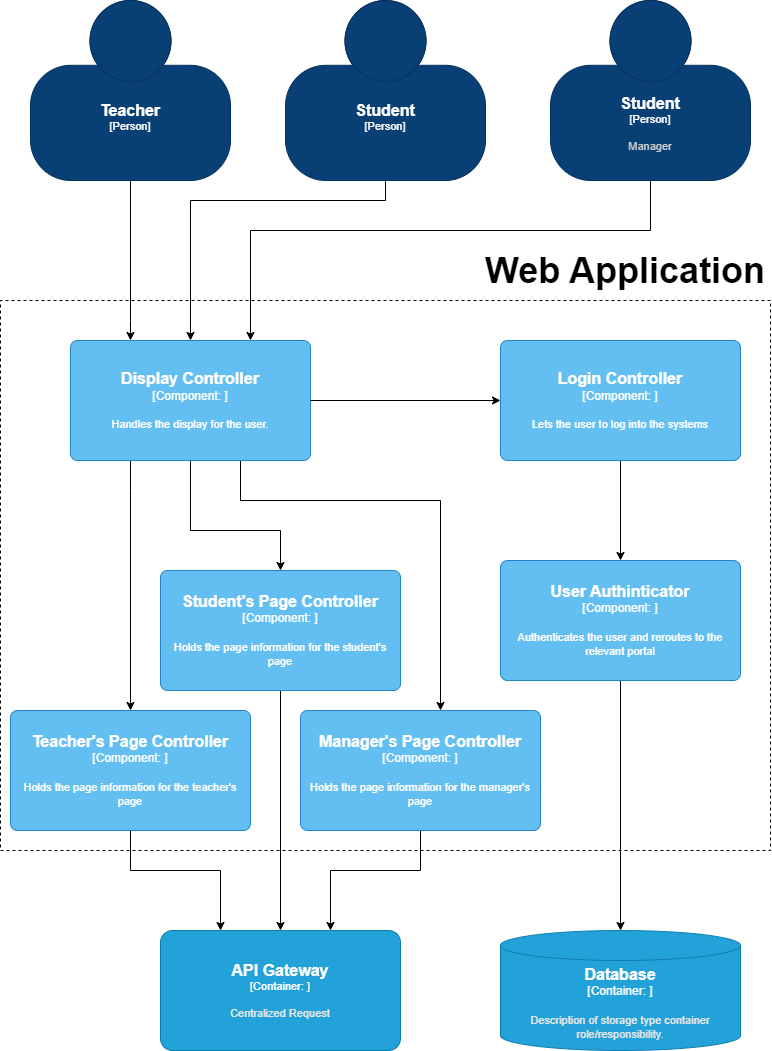
This is C4 Model/L3 Diagram - Web Application.png from Metalystn/Exam-repository, a draw.io export, as it was before one commit. Source tidied: cells renumbered, new cells last; positions are measured from the earlier drawing's top-left corner, leaving out a move shared by most shapes.
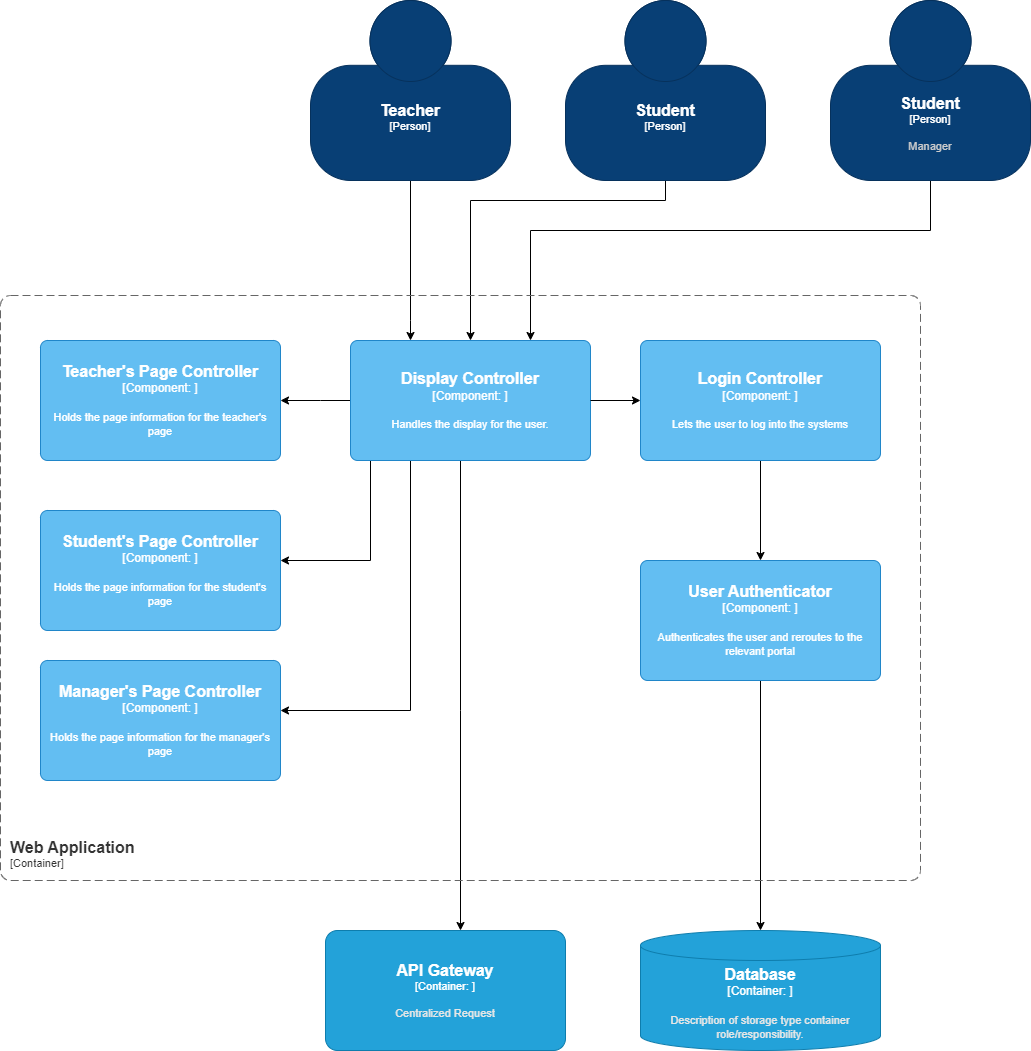
After the commit.

The edit, as a diff of the source:
```diff
@@ -2,20 +2,6 @@
   <root>
     <mxCell id="0" />
     <mxCell id="1" parent="0" />
-    <mxCell id="2" style="endArrow=none;dashed=1;html=1;rounded=0;" parent="1" edge="1">
-      <mxGeometry relative="1" as="geometry">
-        <mxPoint x="770" y="300" as="sourcePoint" />
-        <mxPoint x="770" y="300" as="targetPoint" />
-        <Array as="points">
-          <mxPoint y="300" />
-          <mxPoint y="850" />
-          <mxPoint x="770" y="850" />
-        </Array>
-      </mxGeometry>
-    </mxCell>
-    <mxCell id="3" value="&lt;font style=&quot;font-size: 36px;&quot;&gt;&lt;b&gt;Web Application&lt;/b&gt;&lt;/font&gt;" style="text;html=1;align=center;verticalAlign=middle;whiteSpace=wrap;rounded=0;" parent="1" vertex="1">
-      <mxGeometry x="480" y="250" width="290" height="40" as="geometry" />
-    </mxCell>
     <mxCell id="4" style="edgeStyle=orthogonalEdgeStyle;rounded=0;jettySize=auto;html=1;" parent="1" edge="1" source="5" target="14">
       <mxGeometry relative="1" as="geometry">
         <Array as="points">
@@ -61,27 +47,33 @@
     <mxCell id="11" style="edgeStyle=orthogonalEdgeStyle;rounded=0;jettySize=auto;html=1;" parent="1" edge="1" source="14" target="22">
       <mxGeometry relative="1" as="geometry">
         <Array as="points">
-          <mxPoint x="130" y="490" />
-          <mxPoint x="130" y="490" />
+          <mxPoint x="40" y="400" />
+          <mxPoint x="40" y="400" />
         </Array>
       </mxGeometry>
     </mxCell>
     <mxCell id="12" style="edgeStyle=orthogonalEdgeStyle;rounded=0;jettySize=auto;html=1;" parent="1" edge="1" source="14" target="18">
       <mxGeometry relative="1" as="geometry">
         <Array as="points">
-          <mxPoint x="190" y="530" />
-          <mxPoint x="280" y="530" />
+          <mxPoint x="90" y="560" />
         </Array>
       </mxGeometry>
     </mxCell>
     <mxCell id="13" style="edgeStyle=orthogonalEdgeStyle;rounded=0;jettySize=auto;html=1;" parent="1" edge="1" source="14" target="20">
       <mxGeometry relative="1" as="geometry">
         <Array as="points">
-          <mxPoint x="240" y="500" />
-          <mxPoint x="440" y="500" />
+          <mxPoint x="130" y="710" />
         </Array>
       </mxGeometry>
     </mxCell>
+    <mxCell id="27" style="edgeStyle=orthogonalEdgeStyle;rounded=0;jettySize=auto;html=1;" parent="1" edge="1" source="14" target="23">
+      <mxGeometry relative="1" as="geometry">
+        <Array as="points">
+          <mxPoint x="180" y="710" />
+          <mxPoint x="180" y="710" />
+        </Array>
+      </mxGeometry>
+    </mxCell>
     <object id="14" label="&lt;font style=&quot;font-size: 16px&quot;&gt;&lt;b&gt;%c4Name%&lt;/b&gt;&lt;/font&gt;&lt;div&gt;[%c4Type%: %c4Technology%]&lt;/div&gt;&lt;br&gt;&lt;div&gt;&lt;font style=&quot;font-size: 11px&quot;&gt;%c4Description%&lt;/font&gt;&lt;/div&gt;" c4Description="Handles the display for the user." c4Name="Display Controller" c4Technology="" c4Type="Component" placeholders="1">
       <mxCell style="rounded=1;whiteSpace=wrap;html=1;labelBackgroundColor=none;fillColor=#63BEF2;fontColor=#ffffff;align=center;arcSize=6;strokeColor=#2086C9;points=[[0.25,0,0],[0.5,0,0],[0.75,0,0],[1,0.25,0],[1,0.5,0],[1,0.75,0],[0.75,1,0],[0.5,1,0],[0.25,1,0],[0,0.75,0],[0,0.5,0],[0,0.25,0]];" parent="1" vertex="1">
         <mxGeometry x="70" y="340" width="240" height="120" as="geometry" />
@@ -90,48 +82,29 @@
     <mxCell id="15" style="edgeStyle=orthogonalEdgeStyle;rounded=0;jettySize=auto;html=1;" parent="1" edge="1" source="16" target="26">
       <mxGeometry relative="1" as="geometry" />
     </mxCell>
-    <object id="16" label="&lt;font style=&quot;font-size: 16px&quot;&gt;&lt;b&gt;%c4Name%&lt;/b&gt;&lt;/font&gt;&lt;div&gt;[%c4Type%: %c4Technology%]&lt;/div&gt;&lt;br&gt;&lt;div&gt;&lt;font style=&quot;font-size: 11px&quot;&gt;%c4Description%&lt;/font&gt;&lt;/div&gt;" c4Description="Authenticates the user and reroutes to the relevant portal" c4Name="User Authinticator" c4Technology="" c4Type="Component" placeholders="1">
+    <object id="16" label="&lt;font style=&quot;font-size: 16px&quot;&gt;&lt;b&gt;%c4Name%&lt;/b&gt;&lt;/font&gt;&lt;div&gt;[%c4Type%: %c4Technology%]&lt;/div&gt;&lt;br&gt;&lt;div&gt;&lt;font style=&quot;font-size: 11px&quot;&gt;%c4Description%&lt;/font&gt;&lt;/div&gt;" c4Description="Authenticates the user and reroutes to the relevant portal" c4Name="User Authenticator" c4Technology="" c4Type="Component" placeholders="1">
       <mxCell style="rounded=1;whiteSpace=wrap;html=1;labelBackgroundColor=none;fillColor=#63BEF2;fontColor=#ffffff;align=center;arcSize=6;strokeColor=#2086C9;points=[[0.25,0,0],[0.5,0,0],[0.75,0,0],[1,0.25,0],[1,0.5,0],[1,0.75,0],[0.75,1,0],[0.5,1,0],[0.25,1,0],[0,0.75,0],[0,0.5,0],[0,0.25,0]];" parent="1" vertex="1">
-        <mxGeometry x="500" y="560" width="240" height="120" as="geometry" />
+        <mxGeometry x="360" y="560" width="240" height="120" as="geometry" />
       </mxCell>
     </object>
-    <mxCell id="17" style="edgeStyle=orthogonalEdgeStyle;rounded=0;jettySize=auto;html=1;" parent="1" edge="1" source="18" target="23">
-      <mxGeometry relative="1" as="geometry" />
-    </mxCell>
     <object id="18" label="&lt;font style=&quot;font-size: 16px&quot;&gt;&lt;b&gt;%c4Name%&lt;/b&gt;&lt;/font&gt;&lt;div&gt;[%c4Type%: %c4Technology%]&lt;/div&gt;&lt;br&gt;&lt;div&gt;&lt;font style=&quot;font-size: 11px&quot;&gt;%c4Description%&lt;/font&gt;&lt;/div&gt;" c4Description="Holds the page information for the student's page" c4Name="Student's Page Controller" c4Technology="" c4Type="Component" placeholders="1">
       <mxCell style="rounded=1;whiteSpace=wrap;html=1;labelBackgroundColor=none;fillColor=#63BEF2;fontColor=#ffffff;align=center;arcSize=6;strokeColor=#2086C9;points=[[0.25,0,0],[0.5,0,0],[0.75,0,0],[1,0.25,0],[1,0.5,0],[1,0.75,0],[0.75,1,0],[0.5,1,0],[0.25,1,0],[0,0.75,0],[0,0.5,0],[0,0.25,0]];" parent="1" vertex="1">
-        <mxGeometry x="160" y="570" width="240" height="120" as="geometry" />
+        <mxGeometry x="-240" y="510" width="240" height="120" as="geometry" />
       </mxCell>
     </object>
-    <mxCell id="19" style="edgeStyle=orthogonalEdgeStyle;rounded=0;jettySize=auto;html=1;" parent="1" edge="1" source="20" target="23">
-      <mxGeometry relative="1" as="geometry">
-        <Array as="points">
-          <mxPoint x="420" y="870" />
-          <mxPoint x="330" y="870" />
-        </Array>
-      </mxGeometry>
-    </mxCell>
     <object id="20" label="&lt;font style=&quot;font-size: 16px&quot;&gt;&lt;b&gt;%c4Name%&lt;/b&gt;&lt;/font&gt;&lt;div&gt;[%c4Type%: %c4Technology%]&lt;/div&gt;&lt;br&gt;&lt;div&gt;&lt;font style=&quot;font-size: 11px&quot;&gt;%c4Description%&lt;/font&gt;&lt;/div&gt;" c4Description="Holds the page information for the manager's page" c4Name="Manager's Page Controller" c4Technology="" c4Type="Component" placeholders="1">
       <mxCell style="rounded=1;whiteSpace=wrap;html=1;labelBackgroundColor=none;fillColor=#63BEF2;fontColor=#ffffff;align=center;arcSize=6;strokeColor=#2086C9;points=[[0.25,0,0],[0.5,0,0],[0.75,0,0],[1,0.25,0],[1,0.5,0],[1,0.75,0],[0.75,1,0],[0.5,1,0],[0.25,1,0],[0,0.75,0],[0,0.5,0],[0,0.25,0]];" parent="1" vertex="1">
-        <mxGeometry x="300" y="710" width="240" height="120" as="geometry" />
+        <mxGeometry x="-240" y="660" width="240" height="120" as="geometry" />
       </mxCell>
     </object>
-    <mxCell id="21" style="edgeStyle=orthogonalEdgeStyle;rounded=0;jettySize=auto;html=1;" parent="1" edge="1" source="22" target="23">
-      <mxGeometry relative="1" as="geometry">
-        <Array as="points">
-          <mxPoint x="130" y="870" />
-          <mxPoint x="220" y="870" />
-        </Array>
-      </mxGeometry>
-    </mxCell>
     <object id="22" label="&lt;font style=&quot;font-size: 16px&quot;&gt;&lt;b&gt;%c4Name%&lt;/b&gt;&lt;/font&gt;&lt;div&gt;[%c4Type%: %c4Technology%]&lt;/div&gt;&lt;br&gt;&lt;div&gt;&lt;font style=&quot;font-size: 11px&quot;&gt;%c4Description%&lt;/font&gt;&lt;/div&gt;" c4Description="Holds the page information for the teacher's page" c4Name="Teacher's Page Controller" c4Technology="" c4Type="Component" placeholders="1">
       <mxCell style="rounded=1;whiteSpace=wrap;html=1;labelBackgroundColor=none;fillColor=#63BEF2;fontColor=#ffffff;align=center;arcSize=6;strokeColor=#2086C9;points=[[0.25,0,0],[0.5,0,0],[0.75,0,0],[1,0.25,0],[1,0.5,0],[1,0.75,0],[0.75,1,0],[0.5,1,0],[0.25,1,0],[0,0.75,0],[0,0.5,0],[0,0.25,0]];" parent="1" vertex="1">
-        <mxGeometry x="10" y="710" width="240" height="120" as="geometry" />
+        <mxGeometry x="-240" y="340" width="240" height="120" as="geometry" />
       </mxCell>
     </object>
     <object id="23" label="&lt;font style=&quot;font-size: 16px&quot;&gt;&lt;b&gt;%c4Name%&lt;/b&gt;&lt;/font&gt;&lt;div&gt;[%c4Type%: %c4Technology%]&lt;/div&gt;&lt;br&gt;&lt;div&gt;&lt;font style=&quot;font-size: 11px&quot;&gt;&lt;font color=&quot;#E6E6E6&quot;&gt;%c4Description%&lt;/font&gt;&lt;/div&gt;" c4Description="Centralized Request" c4Name="API Gateway" c4Technology="" c4Type="Container" placeholders="1">
       <mxCell style="rounded=1;whiteSpace=wrap;html=1;fontSize=11;labelBackgroundColor=none;fillColor=#23A2D9;fontColor=#ffffff;align=center;arcSize=10;strokeColor=#0E7DAD;points=[[0.25,0,0],[0.5,0,0],[0.75,0,0],[1,0.25,0],[1,0.5,0],[1,0.75,0],[0.75,1,0],[0.5,1,0],[0.25,1,0],[0,0.75,0],[0,0.5,0],[0,0.25,0]];" parent="1" vertex="1">
-        <mxGeometry x="160" y="930" width="240" height="120" as="geometry" />
+        <mxGeometry x="45" y="930" width="240" height="120" as="geometry" />
       </mxCell>
     </object>
     <mxCell id="24" style="edgeStyle=orthogonalEdgeStyle;rounded=0;jettySize=auto;html=1;" parent="1" edge="1" source="14" target="25">
@@ -139,13 +112,18 @@
     </mxCell>
     <object id="25" label="&lt;font style=&quot;font-size: 16px&quot;&gt;&lt;b&gt;%c4Name%&lt;/b&gt;&lt;/font&gt;&lt;div&gt;[%c4Type%: %c4Technology%]&lt;/div&gt;&lt;br&gt;&lt;div&gt;&lt;font style=&quot;font-size: 11px&quot;&gt;%c4Description%&lt;/font&gt;&lt;/div&gt;" c4Description="Lets the user to log into the systems" c4Name="Login Controller" c4Technology="" c4Type="Component" placeholders="1">
       <mxCell style="rounded=1;whiteSpace=wrap;html=1;labelBackgroundColor=none;fillColor=#63BEF2;fontColor=#ffffff;align=center;arcSize=6;strokeColor=#2086C9;points=[[0.25,0,0],[0.5,0,0],[0.75,0,0],[1,0.25,0],[1,0.5,0],[1,0.75,0],[0.75,1,0],[0.5,1,0],[0.25,1,0],[0,0.75,0],[0,0.5,0],[0,0.25,0]];" parent="1" vertex="1">
-        <mxGeometry x="500" y="340" width="240" height="120" as="geometry" />
+        <mxGeometry x="360" y="340" width="240" height="120" as="geometry" />
       </mxCell>
     </object>
     <object id="26" label="&lt;font style=&quot;font-size: 16px&quot;&gt;&lt;b&gt;%c4Name%&lt;/b&gt;&lt;/font&gt;&lt;div&gt;[%c4Type%:&amp;nbsp;%c4Technology%]&lt;/div&gt;&lt;br&gt;&lt;div&gt;&lt;font style=&quot;font-size: 11px&quot;&gt;&lt;font color=&quot;#E6E6E6&quot;&gt;%c4Description%&lt;/font&gt;&lt;/div&gt;" c4Description="Description of storage type container role/responsibility." c4Name="Database" c4Technology="" c4Type="Container" placeholders="1">
       <mxCell style="shape=cylinder3;size=15;whiteSpace=wrap;html=1;boundedLbl=1;rounded=0;labelBackgroundColor=none;fillColor=#23A2D9;fontSize=12;fontColor=#ffffff;align=center;strokeColor=#0E7DAD;points=[[0.5,0,0],[1,0.25,0],[1,0.5,0],[1,0.75,0],[0.5,1,0],[0,0.75,0],[0,0.5,0],[0,0.25,0]];" parent="1" vertex="1">
-        <mxGeometry x="500" y="930" width="240" height="120" as="geometry" />
+        <mxGeometry x="360" y="930" width="240" height="120" as="geometry" />
       </mxCell>
     </object>
+    <object id="28" label="&lt;font style=&quot;font-size: 16px&quot;&gt;&lt;b&gt;&lt;div style=&quot;text-align: left&quot;&gt;%c4Name%&lt;/div&gt;&lt;/b&gt;&lt;/font&gt;&lt;div style=&quot;text-align: left&quot;&gt;[%c4Application%]&lt;/div&gt;" c4Application="Container" c4Name="Web Application" c4Type="ContainerScopeBoundary" placeholders="1">
+      <mxCell style="rounded=1;fontSize=11;whiteSpace=wrap;html=1;dashed=1;arcSize=20;fillColor=none;strokeColor=#666666;fontColor=#333333;labelBackgroundColor=none;align=left;verticalAlign=bottom;labelBorderColor=none;spacingTop=0;spacing=10;dashPattern=8 4;perimeter=rectanglePerimeter;noLabel=0;labelPadding=0;absoluteArcSize=1;" parent="1" vertex="1">
+        <mxGeometry x="-280" y="295" width="920" height="585" as="geometry" />
+      </mxCell>
+    </object>
   </root>
 </mxGraphModel>
```
